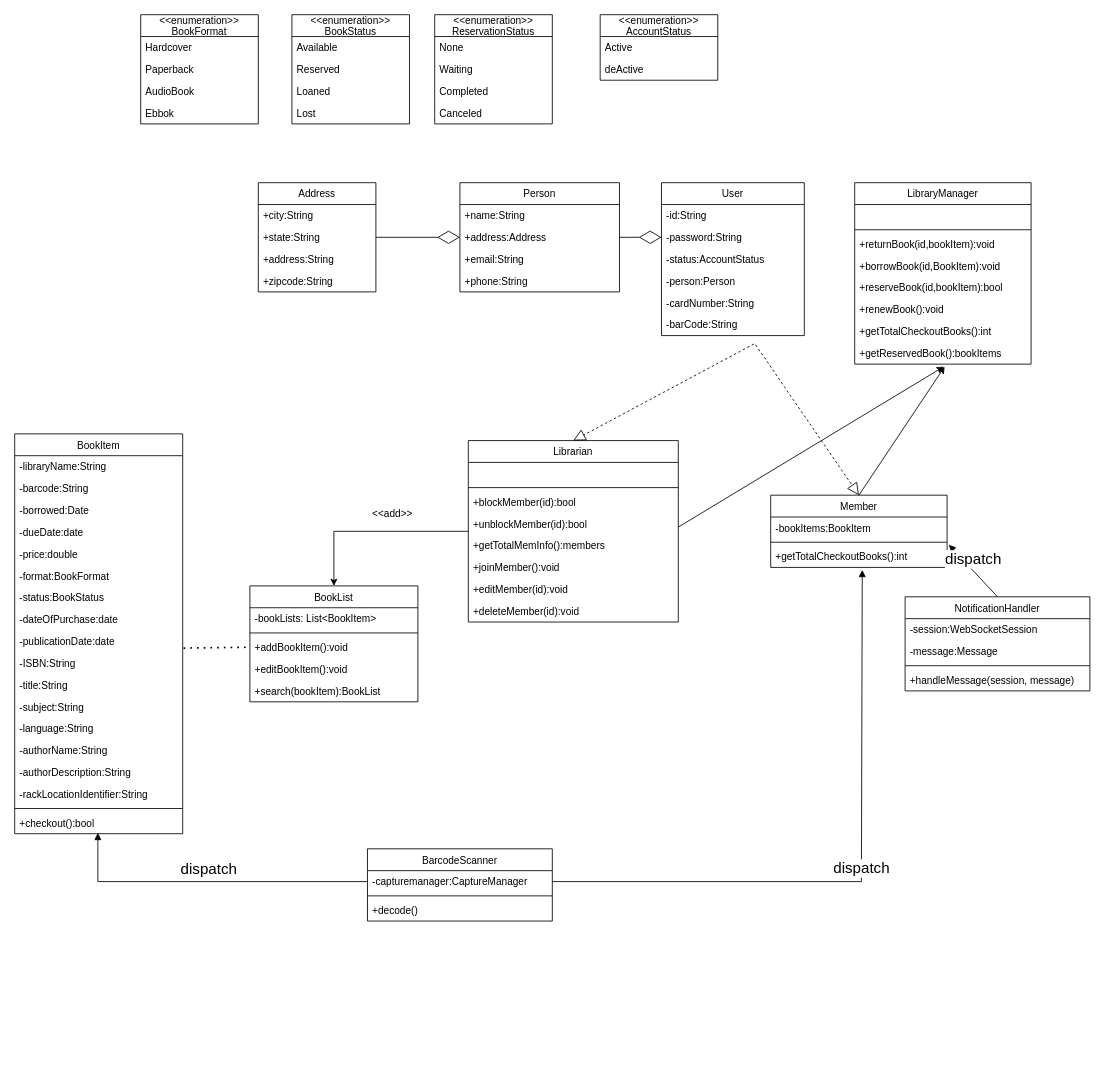
This is page "클래스다이어그램" (1 of 3) of Library.drawio from gogogo191/becomeadeveloper, a draw.io file, before an edit. Source tidied: cells renumbered, new cells numbered last; positions are measured from the earlier drawing's top-left corner, leaving out a move shared by most shapes. Both pictures are drawn from the tidied source at 84%, with x=0, y=0 at pixel (14, 14).
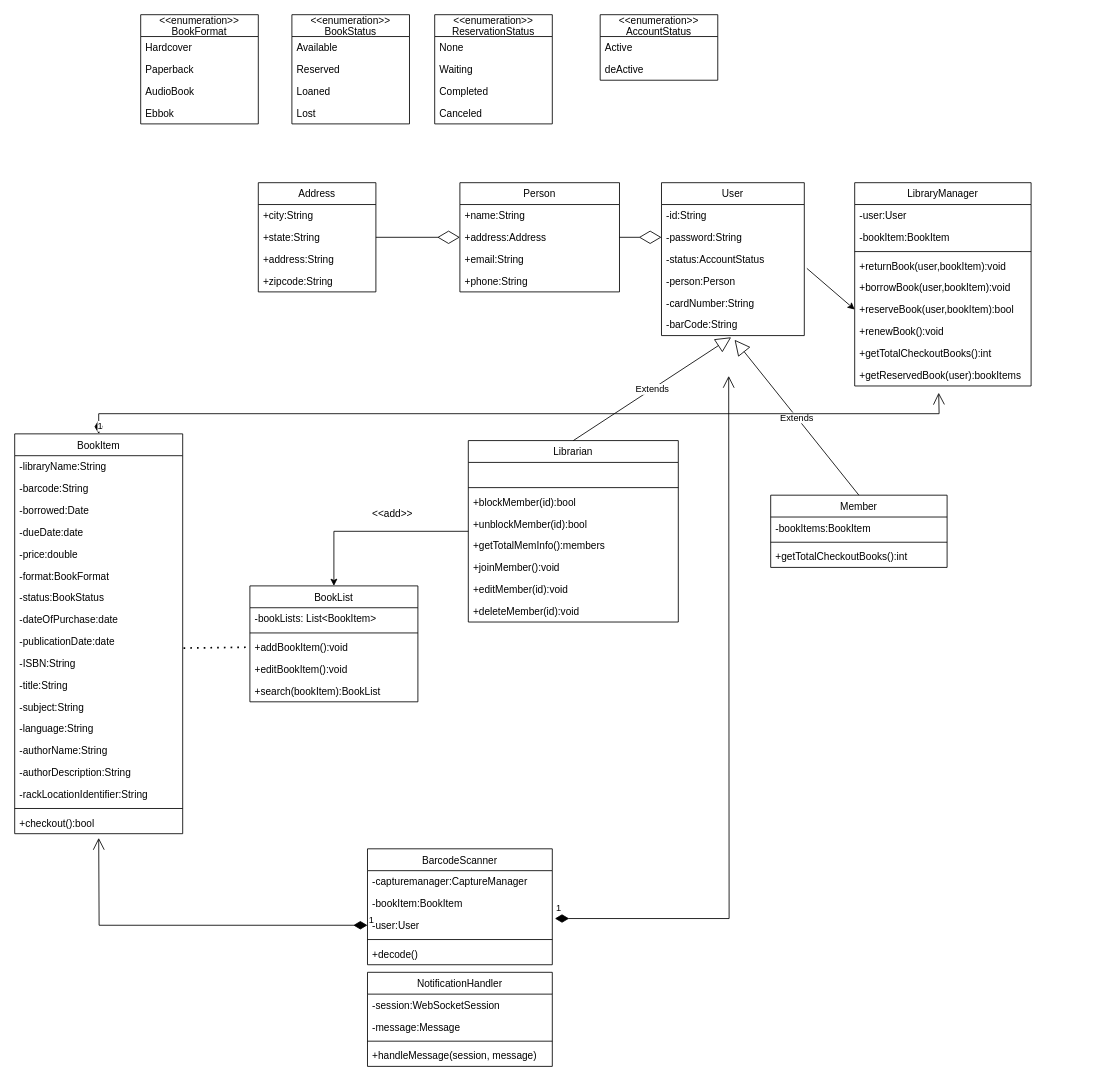
After the change.

The change refers to these unchanged cells:
```xml
<mxCell id="32" value="Librarian" style="swimlane;fontStyle=0;horizontal=1;startSize=26;fillColor=none;" parent="1" vertex="1">
  <mxGeometry x="540" y="507" width="250" height="216" as="geometry" />
</mxCell>
<mxCell id="41" value="Member" style="swimlane;fontStyle=0;horizontal=1;startSize=26;fillColor=none;" parent="1" vertex="1">
  <mxGeometry x="900" y="572" width="210" height="86" as="geometry" />
</mxCell>
<mxCell id="44" value="+getTotalCheckoutBooks():int" style="text;strokeColor=none;fillColor=none;align=left;verticalAlign=top;spacingLeft=4;spacingRight=4;overflow=hidden;points=[[0,0.5],[1,0.5]];portConstraint=eastwest;" parent="41" vertex="1">
  <mxGeometry y="60" width="210" height="26" as="geometry" />
</mxCell>
<mxCell id="46" value="BookItem" style="swimlane;fontStyle=0;horizontal=1;startSize=26;fillColor=none;" parent="1" vertex="1">
  <mxGeometry y="499" width="200" height="476" as="geometry" />
</mxCell>
<mxCell id="64" value="+checkout():bool" style="text;strokeColor=none;fillColor=none;align=left;verticalAlign=top;spacingLeft=4;spacingRight=4;overflow=hidden;points=[[0,0.5],[1,0.5]];portConstraint=eastwest;" parent="46" vertex="1">
  <mxGeometry y="450" width="200" height="26" as="geometry" />
</mxCell>
<mxCell id="84" value="-person:Person" style="text;strokeColor=none;fillColor=none;align=left;verticalAlign=top;spacingLeft=4;spacingRight=4;overflow=hidden;points=[[0,0.5],[1,0.5]];portConstraint=eastwest;" parent="80" vertex="1">
  <mxGeometry y="104" width="170" height="26" as="geometry" />
</mxCell>
<mxCell id="86" value="-barCode:String" style="text;strokeColor=none;fillColor=none;align=left;verticalAlign=top;spacingLeft=4;spacingRight=4;overflow=hidden;points=[[0,0.5],[1,0.5]];portConstraint=eastwest;" parent="80" vertex="1">
  <mxGeometry y="156" width="170" height="26" as="geometry" />
</mxCell>
<mxCell id="89" value="-capturemanager:CaptureManager" style="text;strokeColor=none;fillColor=none;align=left;verticalAlign=top;spacingLeft=4;spacingRight=4;overflow=hidden;points=[[0,0.5],[1,0.5]];portConstraint=eastwest;" parent="88" vertex="1">
  <mxGeometry y="26" width="220" height="26" as="geometry" />
</mxCell>
```

The edit, as a diff of the source:
```diff
@@
     <mxCell id="72" value="NotificationHandler" style="swimlane;fontStyle=0;horizontal=1;startSize=26;fillColor=none;" parent="1" vertex="1">
-      <mxGeometry x="1060" y="693" width="220" height="112" as="geometry" />
+      <mxGeometry x="420" y="1140" width="220" height="112" as="geometry" />
     </mxCell>
@@
-    <mxCell id="78" style="endArrow=block;dashed=1;endFill=0;endSize=12;html=1;rounded=0;fontSize=18;exitX=0.448;exitY=1.115;exitDx=0;exitDy=0;exitPerimeter=0;entryX=0.5;entryY=0;entryDx=0;entryDy=0;" parent="1" edge="1" target="41">
-      <mxGeometry relative="1" as="geometry">
-        <mxPoint x="882" y="393" as="sourcePoint" />
-      </mxGeometry>
-    </mxCell>
-    <mxCell id="79" style="endArrow=block;dashed=1;endFill=0;endSize=12;html=1;rounded=0;fontSize=18;exitX=0.44;exitY=1.077;exitDx=0;exitDy=0;exitPerimeter=0;entryX=0.5;entryY=0;entryDx=0;entryDy=0;" parent="1" edge="1" target="32">
-      <mxGeometry relative="1" as="geometry">
-        <mxPoint x="880" y="392" as="sourcePoint" />
-      </mxGeometry>
-    </mxCell>
@@
-    <mxCell id="87" value="dispatch" style="html=1;verticalAlign=bottom;endArrow=block;rounded=0;fontSize=18;entryX=1.01;entryY=-0.038;entryDx=0;entryDy=0;entryPerimeter=0;exitX=0.5;exitY=0;exitDx=0;exitDy=0;" parent="1" edge="1" source="72" target="44">
-      <mxGeometry relative="1" as="geometry" />
-    </mxCell>
     <mxCell id="88" value="BarcodeScanner" style="swimlane;fontStyle=0;horizontal=1;startSize=26;fillColor=none;" parent="1" vertex="1">
-      <mxGeometry x="420" y="993" width="220" height="86" as="geometry" />
+      <mxGeometry x="420" y="993" width="220" height="138" as="geometry" />
     </mxCell>
@@
+    <mxCell id="105" value="-bookItem:BookItem" style="text;strokeColor=none;fillColor=none;align=left;verticalAlign=top;spacingLeft=4;spacingRight=4;overflow=hidden;" parent="88" vertex="1">
+      <mxGeometry y="52" width="220" height="26" as="geometry" />
+    </mxCell>
+    <mxCell id="106" value="-user:User" style="text;strokeColor=none;fillColor=none;align=left;verticalAlign=top;spacingLeft=4;spacingRight=4;overflow=hidden;points=[[0,0.5],[1,0.5]];portConstraint=eastwest;" parent="88" vertex="1">
+      <mxGeometry y="78" width="220" height="26" as="geometry" />
+    </mxCell>
     <mxCell id="90" style="line;strokeWidth=1;fillColor=none;align=left;verticalAlign=middle;spacingTop=-1;spacingLeft=3;spacingRight=3;labelPosition=right;" parent="88" vertex="1">
-      <mxGeometry y="52" width="220" height="8" as="geometry" />
+      <mxGeometry y="104" width="220" height="8" as="geometry" />
     </mxCell>
     <mxCell id="91" value="+decode()" style="text;strokeColor=none;fillColor=none;align=left;verticalAlign=top;spacingLeft=4;spacingRight=4;overflow=hidden;" parent="88" vertex="1">
-      <mxGeometry y="60" width="220" height="26" as="geometry" />
+      <mxGeometry y="112" width="220" height="26" as="geometry" />
     </mxCell>
-    <mxCell id="92" value="dispatch" style="html=1;verticalAlign=bottom;endArrow=block;rounded=0;fontSize=18;exitX=0;exitY=0.5;exitDx=0;exitDy=0;entryX=0.495;entryY=0.962;entryDx=0;entryDy=0;entryPerimeter=0;" parent="1" edge="1" source="89" target="64">
-      <mxGeometry relative="1" as="geometry">
-        <Array as="points">
-          <mxPoint x="99" y="1032" />
-        </Array>
-      </mxGeometry>
-    </mxCell>
-    <mxCell id="93" value="dispatch" style="html=1;verticalAlign=bottom;endArrow=block;rounded=0;fontSize=18;exitX=1;exitY=0.5;exitDx=0;exitDy=0;entryX=0.519;entryY=1.115;entryDx=0;entryDy=0;entryPerimeter=0;" parent="1" edge="1" source="89" target="44">
-      <mxGeometry relative="1" as="geometry">
-        <Array as="points">
-          <mxPoint x="1008" y="1032" />
-        </Array>
-      </mxGeometry>
-    </mxCell>
     <mxCell id="94" value="LibraryManager" style="swimlane;fontStyle=0;horizontal=1;startSize=26;fillColor=none;" parent="1" vertex="1">
-      <mxGeometry x="1000" y="200" width="210" height="216" as="geometry" />
+      <mxGeometry x="1000" y="200" width="210" height="242" as="geometry" />
     </mxCell>
-    <mxCell id="95" value=" " style="text;strokeColor=none;fillColor=none;align=left;verticalAlign=top;spacingLeft=4;spacingRight=4;overflow=hidden;" parent="94" vertex="1">
+    <mxCell id="95" value="-user:User" style="text;strokeColor=none;fillColor=none;align=left;verticalAlign=top;spacingLeft=4;spacingRight=4;overflow=hidden;" parent="94" vertex="1">
       <mxGeometry y="26" width="210" height="26" as="geometry" />
     </mxCell>
+    <mxCell id="107" value="-bookItem:BookItem" style="text;strokeColor=none;fillColor=none;align=left;verticalAlign=top;spacingLeft=4;spacingRight=4;overflow=hidden;" parent="94" vertex="1">
+      <mxGeometry y="52" width="210" height="26" as="geometry" />
+    </mxCell>
     <mxCell id="96" style="line;strokeWidth=1;fillColor=none;align=left;verticalAlign=middle;spacingTop=-1;spacingLeft=3;spacingRight=3;labelPosition=right;" parent="94" vertex="1">
-      <mxGeometry y="52" width="210" height="8" as="geometry" />
+      <mxGeometry y="78" width="210" height="8" as="geometry" />
     </mxCell>
-    <mxCell id="97" value="+returnBook(id,bookItem):void" style="text;strokeColor=none;fillColor=none;align=left;verticalAlign=top;spacingLeft=4;spacingRight=4;overflow=hidden;" parent="94" vertex="1">
-      <mxGeometry y="60" width="210" height="26" as="geometry" />
+    <mxCell id="97" value="+returnBook(user,bookItem):void" style="text;strokeColor=none;fillColor=none;align=left;verticalAlign=top;spacingLeft=4;spacingRight=4;overflow=hidden;" parent="94" vertex="1">
+      <mxGeometry y="86" width="210" height="26" as="geometry" />
     </mxCell>
-    <mxCell id="98" value="+borrowBook(id,BookItem):void" style="text;strokeColor=none;fillColor=none;align=left;verticalAlign=top;spacingLeft=4;spacingRight=4;overflow=hidden;" parent="94" vertex="1">
-      <mxGeometry y="86" width="210" height="26" as="geometry" />
+    <mxCell id="98" value="+borrowBook(user,bookItem):void" style="text;strokeColor=none;fillColor=none;align=left;verticalAlign=top;spacingLeft=4;spacingRight=4;overflow=hidden;" parent="94" vertex="1">
+      <mxGeometry y="112" width="210" height="26" as="geometry" />
     </mxCell>
-    <mxCell id="99" value="+reserveBook(id,bookItem):bool" style="text;strokeColor=none;fillColor=none;align=left;verticalAlign=top;spacingLeft=4;spacingRight=4;overflow=hidden;points=[[0,0.5],[1,0.5]];portConstraint=eastwest;" parent="94" vertex="1">
-      <mxGeometry y="112" width="210" height="26" as="geometry" />
+    <mxCell id="99" value="+reserveBook(user,bookItem):bool" style="text;strokeColor=none;fillColor=none;align=left;verticalAlign=top;spacingLeft=4;spacingRight=4;overflow=hidden;points=[[0,0.5],[1,0.5]];portConstraint=eastwest;" parent="94" vertex="1">
+      <mxGeometry y="138" width="210" height="26" as="geometry" />
     </mxCell>
     <mxCell id="100" value="+renewBook():void" style="text;strokeColor=none;fillColor=none;align=left;verticalAlign=top;spacingLeft=4;spacingRight=4;overflow=hidden;" parent="94" vertex="1">
-      <mxGeometry y="138" width="210" height="26" as="geometry" />
+      <mxGeometry y="164" width="210" height="26" as="geometry" />
     </mxCell>
     <mxCell id="101" value="+getTotalCheckoutBooks():int" style="text;strokeColor=none;fillColor=none;align=left;verticalAlign=top;spacingLeft=4;spacingRight=4;overflow=hidden;" parent="94" vertex="1">
-      <mxGeometry y="164" width="210" height="26" as="geometry" />
+      <mxGeometry y="190" width="210" height="26" as="geometry" />
     </mxCell>
-    <mxCell id="102" value="+getReservedBook():bookItems" style="text;strokeColor=none;fillColor=none;align=left;verticalAlign=top;spacingLeft=4;spacingRight=4;overflow=hidden;points=[[0,0.5],[1,0.5]];portConstraint=eastwest;" parent="94" vertex="1">
-      <mxGeometry y="190" width="210" height="26" as="geometry" />
+    <mxCell id="102" value="+getReservedBook(user):bookItems" style="text;strokeColor=none;fillColor=none;align=left;verticalAlign=top;spacingLeft=4;spacingRight=4;overflow=hidden;points=[[0,0.5],[1,0.5]];portConstraint=eastwest;" parent="94" vertex="1">
+      <mxGeometry y="216" width="210" height="26" as="geometry" />
     </mxCell>
-    <mxCell id="103" style="endArrow=classic;html=1;rounded=0;fontSize=18;entryX=0.51;entryY=1.115;entryDx=0;entryDy=0;entryPerimeter=0;exitX=0.5;exitY=0;exitDx=0;exitDy=0;" parent="1" edge="1" source="41" target="102">
+    <mxCell id="103" style="endArrow=classic;html=1;rounded=0;fontSize=18;entryX=0;entryY=0.5;entryDx=0;entryDy=0;exitX=1.018;exitY=-0.077;exitDx=0;exitDy=0;exitPerimeter=0;" parent="1" edge="1" source="84" target="99">
       <mxGeometry relative="1" as="geometry" />
     </mxCell>
-    <mxCell id="104" style="endArrow=classic;html=1;rounded=0;fontSize=18;entryX=0.505;entryY=1.115;entryDx=0;entryDy=0;entryPerimeter=0;" parent="1" edge="1" target="102">
-      <mxGeometry relative="1" as="geometry">
-        <mxPoint x="790" y="610" as="sourcePoint" />
-      </mxGeometry>
-    </mxCell>
+    <mxCell id="108" value="Extends" style="endArrow=block;endSize=16;endFill=0;html=1;rounded=0;entryX=0.488;entryY=1.077;entryDx=0;entryDy=0;entryPerimeter=0;exitX=0.5;exitY=0;exitDx=0;exitDy=0;" parent="1" edge="1" source="32" target="86">
+      <mxGeometry relative="1" as="geometry" />
+    </mxCell>
+    <mxCell id="109" value="Extends" style="endArrow=block;endSize=16;endFill=0;html=1;rounded=0;entryX=0.512;entryY=1.192;entryDx=0;entryDy=0;entryPerimeter=0;exitX=0.5;exitY=0;exitDx=0;exitDy=0;" parent="1" edge="1" source="41" target="86">
+      <mxGeometry relative="1" as="geometry" />
+    </mxCell>
+    <mxCell id="110" value="1" style="endArrow=open;html=1;endSize=12;startArrow=diamondThin;startSize=14;startFill=1;edgeStyle=orthogonalEdgeStyle;align=left;verticalAlign=bottom;rounded=0;exitX=0.5;exitY=0;exitDx=0;exitDy=0;" parent="1" edge="1" source="46">
+      <mxGeometry x="-1" y="3" relative="1" as="geometry">
+        <mxPoint x="1100" y="450" as="targetPoint" />
+      </mxGeometry>
+    </mxCell>
+    <mxCell id="111" value="1" style="endArrow=open;html=1;endSize=12;startArrow=diamondThin;startSize=14;startFill=1;edgeStyle=orthogonalEdgeStyle;align=left;verticalAlign=bottom;rounded=0;exitX=0;exitY=0.5;exitDx=0;exitDy=0;" parent="1" edge="1" source="106">
+      <mxGeometry x="-1" y="3" relative="1" as="geometry">
+        <mxPoint x="100" y="980" as="targetPoint" />
+      </mxGeometry>
+    </mxCell>
+    <mxCell id="112" value="1" style="endArrow=open;html=1;endSize=12;startArrow=diamondThin;startSize=14;startFill=1;edgeStyle=orthogonalEdgeStyle;align=left;verticalAlign=bottom;rounded=0;exitX=1.014;exitY=0.192;exitDx=0;exitDy=0;exitPerimeter=0;" parent="1" edge="1" source="106">
+      <mxGeometry x="-1" y="3" relative="1" as="geometry">
+        <mxPoint x="850" y="430" as="targetPoint" />
+      </mxGeometry>
+    </mxCell>
```
